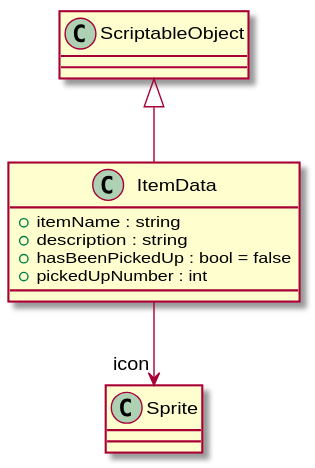
robinsuurs/Mallow_Mysterie keeps this PlantUML diagram as UML/Inventory/ItemData.svg. Above is the earlier version.
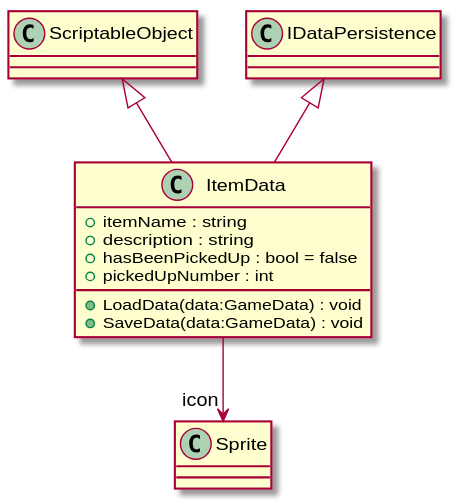
The same file after the commit.

The edit, as a diff of the source:
```diff
@@ -4,7 +4,10 @@
     + description : string
     + hasBeenPickedUp : bool = false
     + pickedUpNumber : int
+    + LoadData(data:GameData) : void
+    + SaveData(data:GameData) : void
 }
 ScriptableObject <|-- ItemData
+IDataPersistence <|-- ItemData
 ItemData --> "icon" Sprite
 @enduml
```
